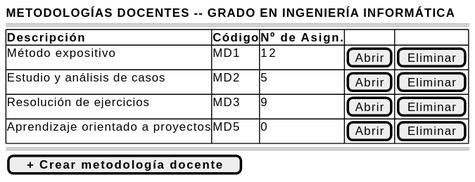
Earlier version of the PlantUML export images/RUP/01-requisitos/03-detalle-casos-uso/abrirMetodologiasDocentes/wireframe.svg (mmasias/pyCeldaPublico). Its diagram source:
```plantuml
@startsalt abrirMetodologiasDocentes-wireframe
{
    <b>METODOLOGÍAS DOCENTES -- GRADO EN INGENIERÍA INFORMÁTICA</b>
    ====
    {#
        <b>Descripción | <b>Código | <b>Nº de Asign. | . | .
        Método expositivo | MD1 | 12 | [Abrir] | [Eliminar]
        Estudio y análisis de casos | MD2 | 5 | [Abrir] | [Eliminar]
        Resolución de ejercicios | MD3 | 9 | [Abrir] | [Eliminar]
        Aprendizaje orientado a proyectos | MD5 | 0 | [Abrir] | [Eliminar]
    }
    ====
    [ <b>+ Crear metodología docente</b> ]
}
@endsalt
```
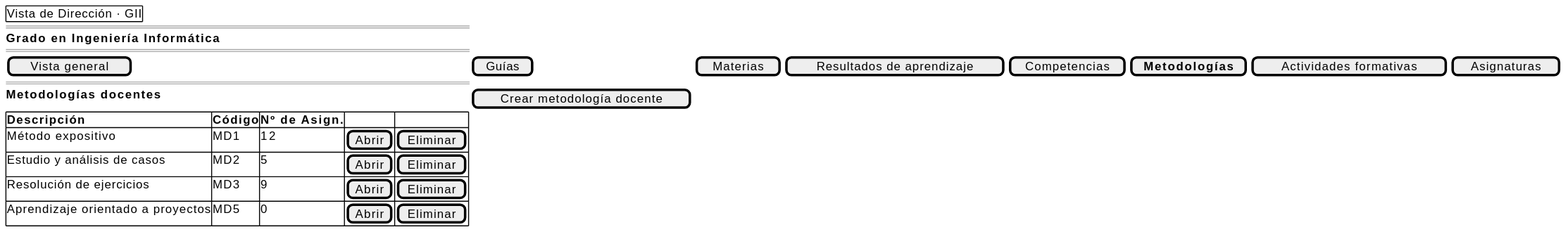
After the commit.

What changed in the source:
```diff
@@ -1,7 +1,12 @@
 @startsalt abrirMetodologiasDocentes-wireframe
 {
-    <b>METODOLOGÍAS DOCENTES -- GRADO EN INGENIERÍA INFORMÁTICA</b>
+    {+ Vista de Dirección · GII }
     ====
+    <b>Grado en Ingeniería Informática</b>
+    ====
+    [ Vista general ] | [ Guías ] | [ Materias ] | [ Resultados de aprendizaje ] | [ Competencias ] | [ <b>Metodologías</b> ] | [ Actividades formativas ] | [ Asignaturas ]
+    ====
+    <b>Metodologías docentes</b> | [ Crear metodología docente ]
     {#
         <b>Descripción | <b>Código | <b>Nº de Asign. | . | .
         Método expositivo | MD1 | 12 | [Abrir] | [Eliminar]
@@ -9,7 +14,5 @@
         Resolución de ejercicios | MD3 | 9 | [Abrir] | [Eliminar]
         Aprendizaje orientado a proyectos | MD5 | 0 | [Abrir] | [Eliminar]
     }
-    ====
-    [ <b>+ Crear metodología docente</b> ]
 }
 @endsalt
```
